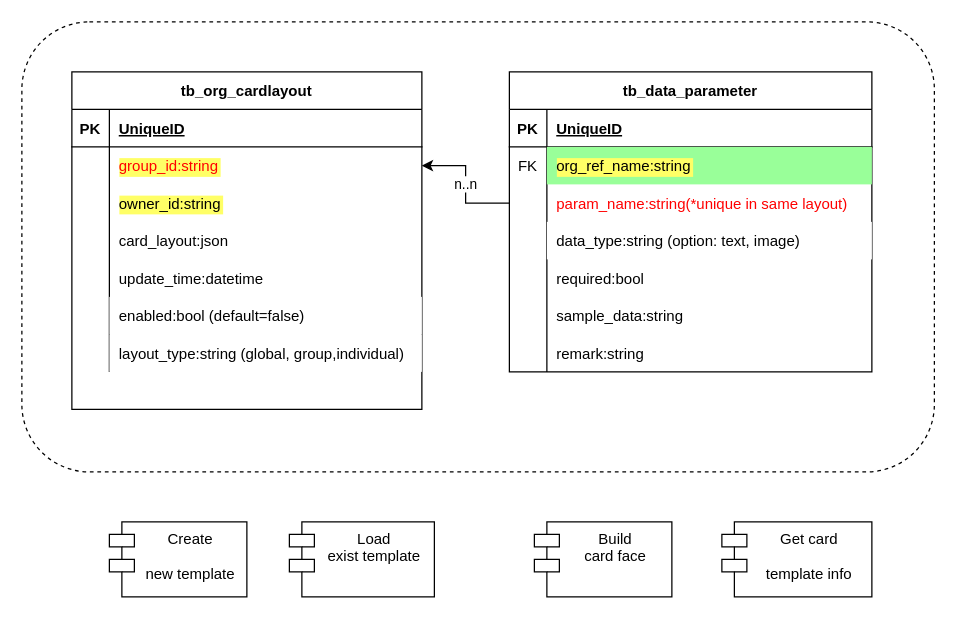
Above: page "Custom card design" (2 of 4) of SmartPhotoID.drawio in delphihero/MyDocument (draw.io), before the change. Source tidied: cells renumbered, new cells numbered last; positions are measured from the earlier drawing's top-left corner, leaving out a move shared by most shapes. Both pictures are drawn from the tidied source at 125%, with x=0, y=0 at pixel (21, 21).
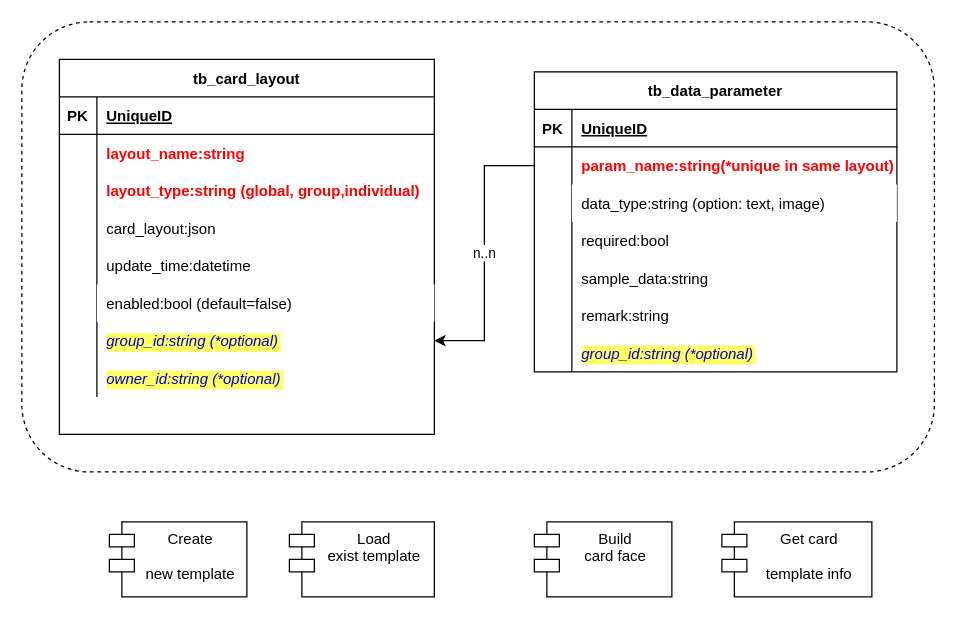
Above is the later version.

Diff of the diagram source:
```diff
@@
-    <mxCell id="3" value="tb_org_cardlayout" style="shape=table;startSize=30;childLayout=tableLayout;rowLines=0;fontStyle=1;align=center;rounded=0;shadow=0;glass=0;sketch=0;labelBackgroundColor=default;" parent="1" vertex="1">
-      <mxGeometry x="40" y="40" width="280" height="270" as="geometry" />
+    <mxCell id="3" value="tb_card_layout" style="shape=table;startSize=30;childLayout=tableLayout;rowLines=0;fontStyle=1;align=center;rounded=0;shadow=0;glass=0;sketch=0;labelBackgroundColor=default;" parent="1" vertex="1">
+      <mxGeometry x="30" y="30" width="300" height="300" as="geometry" />
     </mxCell>
     <mxCell id="4" style="shape=partialRectangle;fillColor=none;top=0;left=0;bottom=1;right=0;" parent="3" vertex="1">
-      <mxGeometry y="30" width="280" height="30" as="geometry" />
+      <mxGeometry y="30" width="300" height="30" as="geometry" />
     </mxCell>
@@
     <mxCell id="6" value="UniqueID" style="shape=partialRectangle;fillColor=none;top=0;left=0;bottom=0;right=0;align=left;spacingLeft=6;fontStyle=5;overflow=hidden;" parent="4" vertex="1">
-      <mxGeometry x="30" width="250" height="30" as="geometry" />
+      <mxGeometry x="30" width="270" height="30" as="geometry" />
     </mxCell>
-    <mxCell id="7" style="shape=partialRectangle;fillColor=none;top=0;left=0;bottom=0;right=0;points=[[0,0.5],[1,0.5]];portConstraint=eastwest;" parent="3" vertex="1">
-      <mxGeometry y="60" width="280" height="30" as="geometry" />
-    </mxCell>
-    <mxCell id="8" style="shape=partialRectangle;fillColor=none;top=0;left=0;bottom=0;right=0;overflow=hidden;" parent="7" vertex="1">
-      <mxGeometry width="30" height="30" as="geometry" />
-    </mxCell>
-    <mxCell id="9" value="group_id:string" style="shape=partialRectangle;fillColor=none;top=0;left=0;bottom=0;right=0;align=left;spacingLeft=6;overflow=hidden;strokeColor=#FF0000;fontColor=#FF0000;labelBackgroundColor=#FFFF66;" parent="7" vertex="1">
-      <mxGeometry x="30" width="250" height="30" as="geometry" />
-    </mxCell>
-    <mxCell id="10" style="shape=partialRectangle;fillColor=none;top=0;left=0;bottom=0;right=0;fontColor=#FF0000;" parent="3" vertex="1">
-      <mxGeometry y="90" width="280" height="30" as="geometry" />
-    </mxCell>
-    <mxCell id="11" style="shape=partialRectangle;fillColor=none;top=0;left=0;bottom=0;right=0;overflow=hidden;" parent="10" vertex="1">
-      <mxGeometry width="30" height="30" as="geometry" />
-    </mxCell>
-    <mxCell id="12" value="owner_id:string" style="shape=partialRectangle;fillColor=none;top=0;left=0;bottom=0;right=0;align=left;spacingLeft=6;overflow=hidden;labelBackgroundColor=#FFFF66;" parent="10" vertex="1">
-      <mxGeometry x="30" width="250" height="30" as="geometry" />
-    </mxCell>
+    <mxCell id="52" style="shape=partialRectangle;fillColor=none;top=0;left=0;bottom=0;right=0;" parent="3" vertex="1">
+      <mxGeometry y="60" width="300" height="30" as="geometry" />
+    </mxCell>
+    <mxCell id="53" style="shape=partialRectangle;fillColor=none;top=0;left=0;bottom=0;right=0;overflow=hidden;" parent="52" vertex="1">
+      <mxGeometry width="30" height="30" as="geometry" />
+    </mxCell>
+    <mxCell id="54" value="layout_name:string" style="shape=partialRectangle;fillColor=none;top=0;left=0;bottom=0;right=0;align=left;spacingLeft=6;overflow=hidden;fontStyle=1;labelBorderColor=none;fontColor=#FF0000;" parent="52" vertex="1">
+      <mxGeometry x="30" width="270" height="30" as="geometry" />
+    </mxCell>
+    <mxCell id="22" style="shape=partialRectangle;fillColor=none;top=0;left=0;bottom=0;right=0;" parent="3" vertex="1">
+      <mxGeometry y="90" width="300" height="30" as="geometry" />
+    </mxCell>
+    <mxCell id="23" style="shape=partialRectangle;fillColor=none;top=0;left=0;bottom=0;right=0;overflow=hidden;" parent="22" vertex="1">
+      <mxGeometry width="30" height="30" as="geometry" />
+    </mxCell>
+    <mxCell id="24" value="layout_type:string (global, group,individual)" style="shape=partialRectangle;fillColor=none;top=0;left=0;bottom=0;right=0;align=left;spacingLeft=6;overflow=hidden;fontStyle=1;labelBorderColor=none;fontColor=#FF0000;" parent="22" vertex="1">
+      <mxGeometry x="30" width="270" height="30" as="geometry" />
+    </mxCell>
     <mxCell id="13" style="shape=partialRectangle;fillColor=none;top=0;left=0;bottom=0;right=0;" parent="3" vertex="1">
-      <mxGeometry y="120" width="280" height="30" as="geometry" />
+      <mxGeometry y="120" width="300" height="30" as="geometry" />
     </mxCell>
@@
     <mxCell id="15" value="card_layout:json" style="shape=partialRectangle;fillColor=none;top=0;left=0;bottom=0;right=0;align=left;spacingLeft=6;overflow=hidden;" parent="13" vertex="1">
-      <mxGeometry x="30" width="250" height="30" as="geometry" />
+      <mxGeometry x="30" width="270" height="30" as="geometry" />
     </mxCell>
     <mxCell id="16" style="shape=partialRectangle;fillColor=none;top=0;left=0;bottom=0;right=0;" parent="3" vertex="1">
-      <mxGeometry y="150" width="280" height="30" as="geometry" />
+      <mxGeometry y="150" width="300" height="30" as="geometry" />
     </mxCell>
@@
     <mxCell id="18" value="update_time:datetime" style="shape=partialRectangle;fillColor=none;top=0;left=0;bottom=0;right=0;align=left;spacingLeft=6;overflow=hidden;" parent="16" vertex="1">
-      <mxGeometry x="30" width="250" height="30" as="geometry" />
+      <mxGeometry x="30" width="270" height="30" as="geometry" />
     </mxCell>
     <mxCell id="19" style="shape=partialRectangle;fillColor=none;top=0;left=0;bottom=0;right=0;" parent="3" vertex="1">
-      <mxGeometry y="180" width="280" height="30" as="geometry" />
+      <mxGeometry y="180" width="300" height="30" as="geometry" />
     </mxCell>
@@
     <mxCell id="21" value="enabled:bool (default=false)" style="shape=partialRectangle;fillColor=#FFFFFF;top=0;left=0;bottom=0;right=0;align=left;spacingLeft=6;overflow=hidden;" parent="19" vertex="1">
-      <mxGeometry x="30" width="250" height="30" as="geometry" />
+      <mxGeometry x="30" width="270" height="30" as="geometry" />
     </mxCell>
-    <mxCell id="22" style="shape=partialRectangle;fillColor=none;top=0;left=0;bottom=0;right=0;" parent="3" vertex="1">
-      <mxGeometry y="210" width="280" height="30" as="geometry" />
-    </mxCell>
-    <mxCell id="23" style="shape=partialRectangle;fillColor=none;top=0;left=0;bottom=0;right=0;overflow=hidden;" parent="22" vertex="1">
-      <mxGeometry width="30" height="30" as="geometry" />
-    </mxCell>
-    <mxCell id="24" value="layout_type:string (global, group,individual)" style="shape=partialRectangle;fillColor=#FFFFFF;top=0;left=0;bottom=0;right=0;align=left;spacingLeft=6;overflow=hidden;" parent="22" vertex="1">
-      <mxGeometry x="30" width="250" height="30" as="geometry" />
-    </mxCell>
+    <mxCell id="7" style="shape=partialRectangle;fillColor=none;top=0;left=0;bottom=0;right=0;points=[[0,0.5],[1,0.5]];portConstraint=eastwest;" parent="3" vertex="1">
+      <mxGeometry y="210" width="300" height="30" as="geometry" />
+    </mxCell>
+    <mxCell id="8" style="shape=partialRectangle;fillColor=none;top=0;left=0;bottom=0;right=0;overflow=hidden;" parent="7" vertex="1">
+      <mxGeometry width="30" height="30" as="geometry" />
+    </mxCell>
+    <mxCell id="9" value="group_id:string (*optional)" style="shape=partialRectangle;fillColor=none;top=0;left=0;bottom=0;right=0;align=left;spacingLeft=6;overflow=hidden;strokeColor=#FF0000;fontColor=#0000CC;labelBackgroundColor=#FFFF66;fontStyle=2;labelBorderColor=none;" parent="7" vertex="1">
+      <mxGeometry x="30" width="270" height="30" as="geometry" />
+    </mxCell>
+    <mxCell id="10" style="shape=partialRectangle;fillColor=none;top=0;left=0;bottom=0;right=0;fontColor=#FF0000;" parent="3" vertex="1">
+      <mxGeometry y="240" width="300" height="30" as="geometry" />
+    </mxCell>
+    <mxCell id="11" style="shape=partialRectangle;fillColor=none;top=0;left=0;bottom=0;right=0;overflow=hidden;" parent="10" vertex="1">
+      <mxGeometry width="30" height="30" as="geometry" />
+    </mxCell>
+    <mxCell id="12" value="owner_id:string (*optional)" style="shape=partialRectangle;fillColor=none;top=0;left=0;bottom=0;right=0;align=left;spacingLeft=6;overflow=hidden;labelBackgroundColor=#FFFF66;fontStyle=2;fontColor=#0000CC;" parent="10" vertex="1">
+      <mxGeometry x="30" width="270" height="30" as="geometry" />
+    </mxCell>
     <mxCell id="25" value="tb_data_parameter" style="shape=table;startSize=30;childLayout=tableLayout;rowLines=0;fontStyle=1;align=center;rounded=0;shadow=0;glass=0;sketch=0;fontColor=#000000;" parent="1" vertex="1">
-      <mxGeometry x="390" y="40" width="290" height="240" as="geometry" />
+      <mxGeometry x="410" y="40" width="290" height="240" as="geometry" />
     </mxCell>
@@
-    <mxCell id="29" style="shape=partialRectangle;fillColor=none;top=0;left=0;bottom=0;right=0;" parent="25" vertex="1">
-      <mxGeometry y="60" width="290" height="30" as="geometry" />
-    </mxCell>
-    <mxCell id="30" value="FK" style="shape=partialRectangle;fillColor=none;top=0;left=0;bottom=0;right=0;overflow=hidden;" parent="29" vertex="1">
-      <mxGeometry width="30" height="30" as="geometry" />
-    </mxCell>
-    <mxCell id="31" value="org_ref_name:string" style="shape=partialRectangle;fillColor=#99FF99;top=0;left=0;bottom=0;right=0;align=left;spacingLeft=6;overflow=hidden;labelBackgroundColor=#FFFF66;" parent="29" vertex="1">
-      <mxGeometry x="30" width="260" height="30" as="geometry" />
-    </mxCell>
     <mxCell id="32" style="shape=partialRectangle;fillColor=none;top=0;left=0;bottom=0;right=0;points=[[0,0.5],[1,0.5]];portConstraint=eastwest;" parent="25" vertex="1">
-      <mxGeometry y="90" width="290" height="30" as="geometry" />
+      <mxGeometry y="60" width="290" height="30" as="geometry" />
     </mxCell>
@@
-    <mxCell id="34" value="param_name:string(*unique in same layout)" style="shape=partialRectangle;fillColor=none;top=0;left=0;bottom=0;right=0;align=left;spacingLeft=6;overflow=hidden;fontColor=#FF0000;" parent="32" vertex="1">
+    <mxCell id="34" value="param_name:string(*unique in same layout)" style="shape=partialRectangle;fillColor=none;top=0;left=0;bottom=0;right=0;align=left;spacingLeft=6;overflow=hidden;fontColor=#FF0000;fontStyle=1;" parent="32" vertex="1">
       <mxGeometry x="30" width="260" height="30" as="geometry" />
     </mxCell>
     <mxCell id="35" style="shape=partialRectangle;fillColor=none;top=0;left=0;bottom=0;right=0;" parent="25" vertex="1">
-      <mxGeometry y="120" width="290" height="30" as="geometry" />
+      <mxGeometry y="90" width="290" height="30" as="geometry" />
     </mxCell>
@@
     <mxCell id="38" style="shape=partialRectangle;fillColor=none;top=0;left=0;bottom=0;right=0;" parent="25" vertex="1">
-      <mxGeometry y="150" width="290" height="30" as="geometry" />
+      <mxGeometry y="120" width="290" height="30" as="geometry" />
     </mxCell>
@@
     <mxCell id="41" style="shape=partialRectangle;fillColor=none;top=0;left=0;bottom=0;right=0;" parent="25" vertex="1">
-      <mxGeometry y="180" width="290" height="30" as="geometry" />
+      <mxGeometry y="150" width="290" height="30" as="geometry" />
     </mxCell>
@@
     <mxCell id="44" style="shape=partialRectangle;fillColor=none;top=0;left=0;bottom=0;right=0;" parent="25" vertex="1">
-      <mxGeometry y="210" width="290" height="30" as="geometry" />
+      <mxGeometry y="180" width="290" height="30" as="geometry" />
     </mxCell>
@@
+    <mxCell id="29" style="shape=partialRectangle;fillColor=none;top=0;left=0;bottom=0;right=0;" parent="25" vertex="1">
+      <mxGeometry y="210" width="290" height="30" as="geometry" />
+    </mxCell>
+    <mxCell id="30" style="shape=partialRectangle;fillColor=none;top=0;left=0;bottom=0;right=0;overflow=hidden;" parent="29" vertex="1">
+      <mxGeometry width="30" height="30" as="geometry" />
+    </mxCell>
+    <mxCell id="31" value="group_id:string (*optional)" style="shape=partialRectangle;fillColor=none;top=0;left=0;bottom=0;right=0;align=left;spacingLeft=6;overflow=hidden;labelBackgroundColor=#FFFF66;fontStyle=2;fontColor=#0000CC;" parent="29" vertex="1">
+      <mxGeometry x="30" width="260" height="30" as="geometry" />
+    </mxCell>
```
